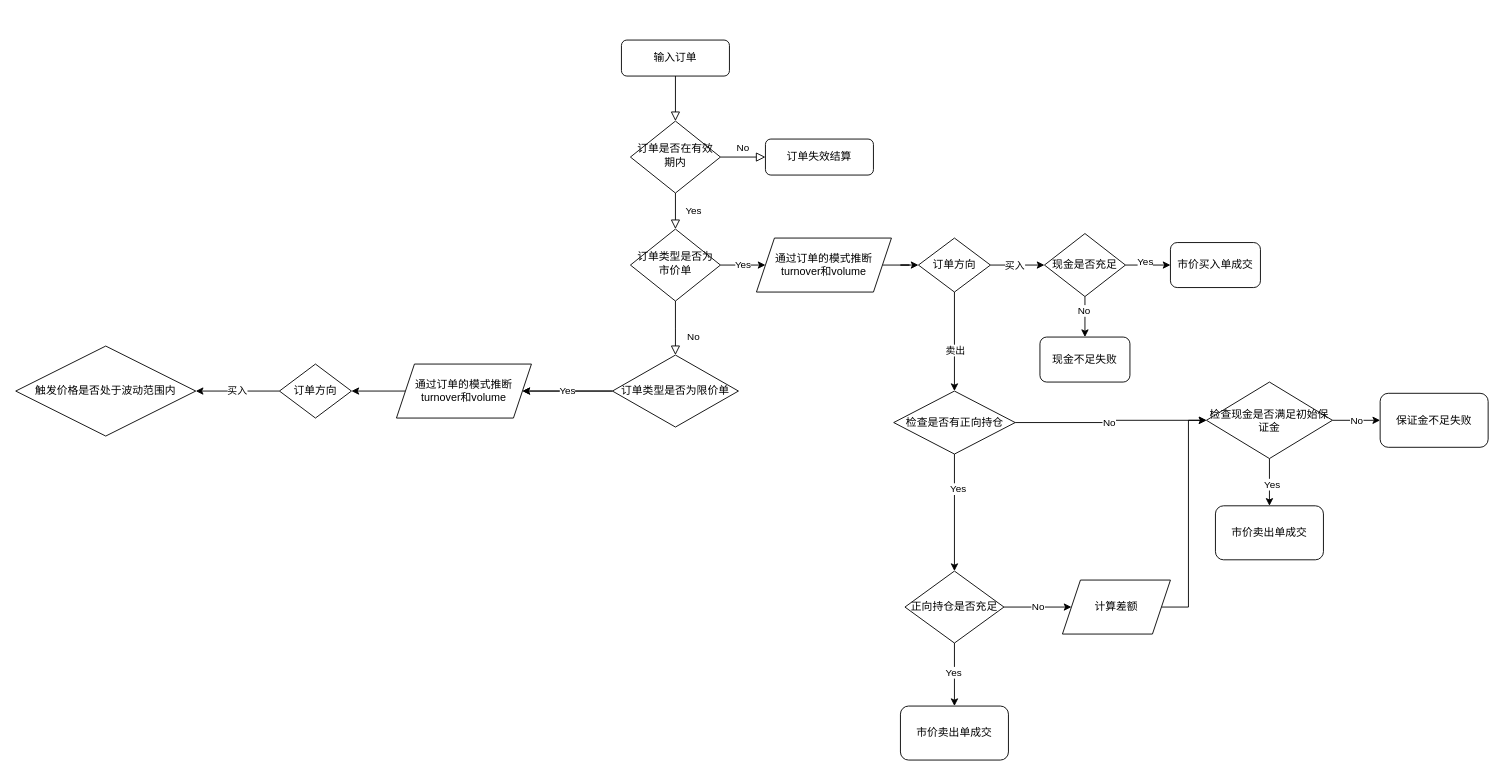
Before: Picture Resources/Untitled Diagram.drawio in WFCT-Share/Display-Device-Selection-Guidev0.8, a draw.io diagram. Source tidied: cells renumbered, new cells numbered last; positions are measured from the earlier drawing's top-left corner, leaving out a move shared by most shapes. Both pictures are drawn from the tidied source at 90%, with x=0, y=0 at pixel (15, 40).
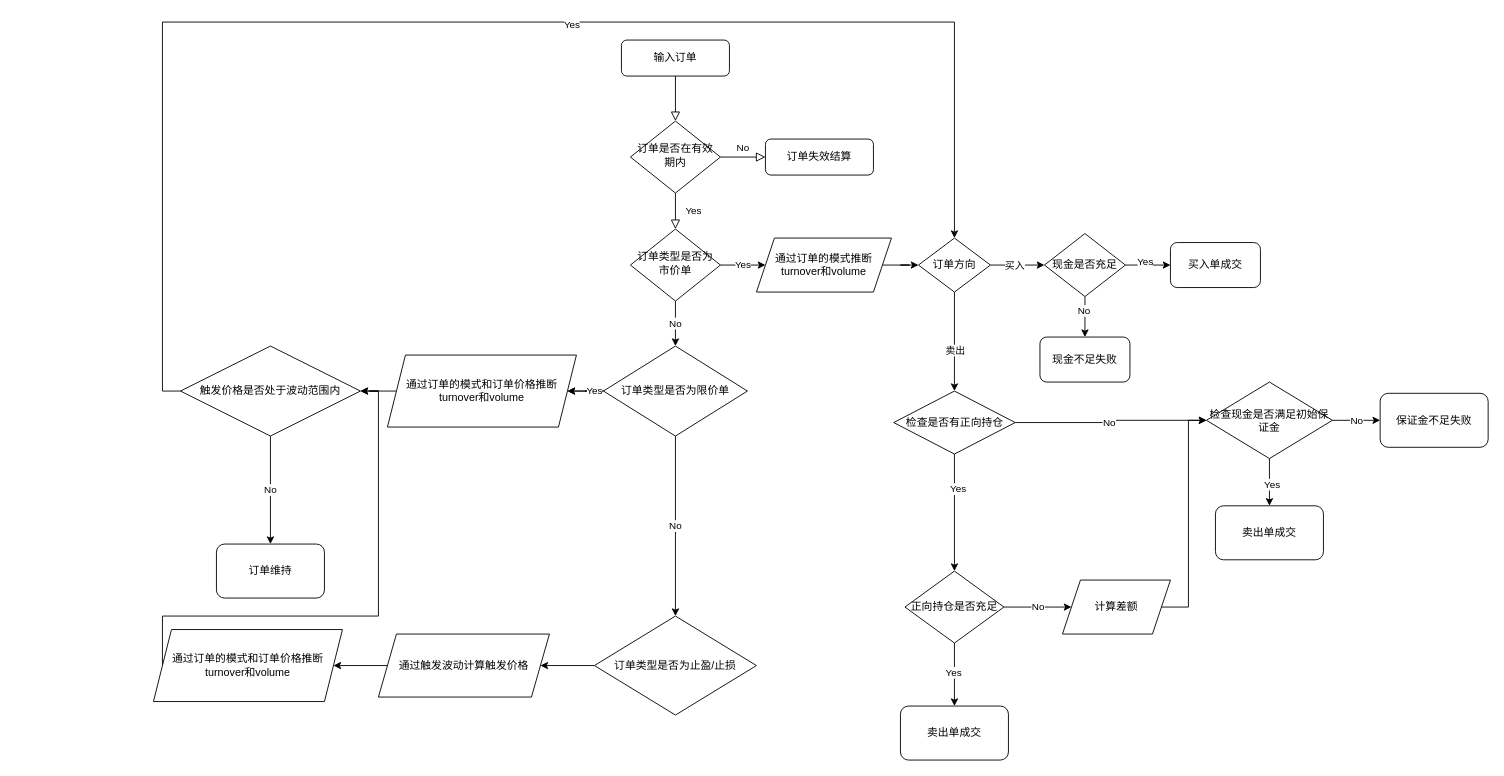
Above is the later version.

Unchanged cells that the change refers to:
```xml
<mxCell id="10" value="订单类型是否为市价单" style="rhombus;whiteSpace=wrap;html=1;shadow=0;fontFamily=Helvetica;fontSize=12;align=center;strokeWidth=1;spacing=6;spacingTop=-4;" parent="1" vertex="1">
  <mxGeometry x="683" y="210" width="100" height="80" as="geometry" />
</mxCell>
<mxCell id="17" value="订单方向" style="rhombus;whiteSpace=wrap;html=1;" parent="1" vertex="1">
  <mxGeometry x="1003" y="220" width="80" height="60" as="geometry" />
</mxCell>
```

Diff of the diagram source:
```diff
@@
-    <mxCell id="8" value="No" style="rounded=0;html=1;jettySize=auto;fontSize=11;endArrow=block;endFill=0;endSize=8;strokeWidth=1;shadow=0;labelBackgroundColor=none;edgeStyle=orthogonalEdgeStyle;" parent="1" edge="1" source="10">
-      <mxGeometry x="0.33" y="20" relative="1" as="geometry">
-        <mxPoint x="733" y="350" as="targetPoint" />
-      </mxGeometry>
-    </mxCell>
@@
+    <mxCell id="51" value="No" style="edgeStyle=orthogonalEdgeStyle;rounded=0;jettySize=auto;html=1;exitX=0.5;exitY=1;exitDx=0;exitDy=0;entryX=0.5;entryY=0;entryDx=0;entryDy=0;" parent="1" edge="1" source="10" target="45">
+      <mxGeometry relative="1" as="geometry" />
+    </mxCell>
@@
-    <mxCell id="28" value="市价买入单成交" style="rounded=1;whiteSpace=wrap;html=1;" parent="1" vertex="1">
+    <mxCell id="28" value="买入单成交" style="rounded=1;whiteSpace=wrap;html=1;" parent="1" vertex="1">
       <mxGeometry x="1283" y="225" width="100" height="50" as="geometry" />
     </mxCell>
@@
-    <mxCell id="39" value="市价卖出单成交" style="rounded=1;whiteSpace=wrap;html=1;" parent="1" vertex="1">
+    <mxCell id="39" value="卖出单成交" style="rounded=1;whiteSpace=wrap;html=1;" parent="1" vertex="1">
       <mxGeometry x="1333" y="517.5" width="120" height="60" as="geometry" />
     </mxCell>
-    <mxCell id="40" value="市价卖出单成交" style="rounded=1;whiteSpace=wrap;html=1;" parent="1" vertex="1">
+    <mxCell id="40" value="卖出单成交" style="rounded=1;whiteSpace=wrap;html=1;" parent="1" vertex="1">
       <mxGeometry x="983" y="740" width="120" height="60" as="geometry" />
     </mxCell>
@@
+    <mxCell id="52" value="No" style="edgeStyle=orthogonalEdgeStyle;rounded=0;jettySize=auto;html=1;exitX=0.5;exitY=1;exitDx=0;exitDy=0;entryX=0.5;entryY=0;entryDx=0;entryDy=0;" parent="1" edge="1" source="45" target="59">
+      <mxGeometry relative="1" as="geometry" />
+    </mxCell>
     <mxCell id="45" value="订单类型是否为限价单" style="rhombus;whiteSpace=wrap;html=1;" parent="1" vertex="1">
-      <mxGeometry x="663" y="350" width="140" height="80" as="geometry" />
+      <mxGeometry x="653" y="340" width="160" height="100" as="geometry" />
     </mxCell>
-    <mxCell id="46" style="edgeStyle=orthogonalEdgeStyle;rounded=0;jettySize=auto;html=1;exitX=0;exitY=0.5;exitDx=0;exitDy=0;entryX=1;entryY=0.5;entryDx=0;entryDy=0;" parent="1" edge="1" source="47" target="49">
-      <mxGeometry relative="1" as="geometry" />
-    </mxCell>
+    <mxCell id="53" style="edgeStyle=orthogonalEdgeStyle;rounded=0;jettySize=auto;html=1;exitX=0;exitY=0.5;exitDx=0;exitDy=0;entryX=1;entryY=0.5;entryDx=0;entryDy=0;" parent="1" edge="1" source="47" target="50">
+      <mxGeometry relative="1" as="geometry" />
+    </mxCell>
-    <mxCell id="47" value="通过订单的模式推断turnover和volume" style="shape=parallelogram;perimeter=parallelogramPerimeter;whiteSpace=wrap;html=1;fixedSize=1;" parent="1" vertex="1">
-      <mxGeometry x="423" y="360" width="150" height="60" as="geometry" />
+    <mxCell id="47" value="通过订单的模式和订单价格推断turnover和volume" style="shape=parallelogram;perimeter=parallelogramPerimeter;whiteSpace=wrap;html=1;fixedSize=1;" parent="1" vertex="1">
+      <mxGeometry x="413" y="350" width="210" height="80" as="geometry" />
     </mxCell>
-    <mxCell id="48" value="买入" style="edgeStyle=orthogonalEdgeStyle;rounded=0;jettySize=auto;html=1;exitX=0;exitY=0.5;exitDx=0;exitDy=0;entryX=1;entryY=0.5;entryDx=0;entryDy=0;" parent="1" edge="1" source="49" target="50">
-      <mxGeometry relative="1" as="geometry" />
-    </mxCell>
-    <mxCell id="49" value="订单方向" style="rhombus;whiteSpace=wrap;html=1;" parent="1" vertex="1">
-      <mxGeometry x="293" y="360" width="80" height="60" as="geometry" />
-    </mxCell>
+    <mxCell id="54" value="No" style="edgeStyle=orthogonalEdgeStyle;rounded=0;jettySize=auto;html=1;exitX=0.5;exitY=1;exitDx=0;exitDy=0;entryX=0.5;entryY=0;entryDx=0;entryDy=0;" parent="1" edge="1" source="50" target="57">
+      <mxGeometry relative="1" as="geometry" />
+    </mxCell>
+    <mxCell id="55" style="edgeStyle=orthogonalEdgeStyle;rounded=0;jettySize=auto;html=1;exitX=0;exitY=0.5;exitDx=0;exitDy=0;entryX=0.5;entryY=0;entryDx=0;entryDy=0;" parent="1" edge="1" source="50" target="17">
+      <mxGeometry relative="1" as="geometry">
+        <Array as="points">
+          <mxPoint x="163" y="390" />
+          <mxPoint x="163" y="-20" />
+          <mxPoint x="1043" y="-20" />
+        </Array>
+      </mxGeometry>
+    </mxCell>
+    <mxCell id="56" value="Yes" style="edgeLabel;html=1;align=center;verticalAlign=middle;" parent="55" vertex="1">
+      <mxGeometry x="0.14" y="-2" relative="1" as="geometry" />
+    </mxCell>
     <mxCell id="50" value="触发价格是否处于波动范围内" style="rhombus;whiteSpace=wrap;html=1;" parent="1" vertex="1">
-      <mxGeometry y="340" width="200" height="100" as="geometry" />
+      <mxGeometry x="183" y="340" width="200" height="100" as="geometry" />
     </mxCell>
+    <mxCell id="57" value="订单维持" style="rounded=1;whiteSpace=wrap;html=1;" parent="1" vertex="1">
+      <mxGeometry x="223" y="560" width="120" height="60" as="geometry" />
+    </mxCell>
+    <mxCell id="58" style="edgeStyle=orthogonalEdgeStyle;rounded=0;jettySize=auto;html=1;exitX=0;exitY=0.5;exitDx=0;exitDy=0;entryX=1;entryY=0.5;entryDx=0;entryDy=0;" parent="1" edge="1" source="59" target="61">
+      <mxGeometry relative="1" as="geometry" />
+    </mxCell>
+    <mxCell id="59" value="订单类型是否为止盈/止损" style="rhombus;whiteSpace=wrap;html=1;" parent="1" vertex="1">
+      <mxGeometry x="643" y="640" width="180" height="110" as="geometry" />
+    </mxCell>
+    <mxCell id="60" style="edgeStyle=orthogonalEdgeStyle;rounded=0;jettySize=auto;html=1;exitX=0;exitY=0.5;exitDx=0;exitDy=0;entryX=1;entryY=0.5;entryDx=0;entryDy=0;" parent="1" edge="1" source="61" target="63">
+      <mxGeometry relative="1" as="geometry" />
+    </mxCell>
+    <mxCell id="61" value="通过触发波动计算触发价格" style="shape=parallelogram;perimeter=parallelogramPerimeter;whiteSpace=wrap;html=1;fixedSize=1;" parent="1" vertex="1">
+      <mxGeometry x="403" y="660" width="190" height="70" as="geometry" />
+    </mxCell>
+    <mxCell id="62" style="edgeStyle=orthogonalEdgeStyle;rounded=0;jettySize=auto;html=1;exitX=0;exitY=0.5;exitDx=0;exitDy=0;entryX=1;entryY=0.5;entryDx=0;entryDy=0;" parent="1" edge="1" source="63" target="50">
+      <mxGeometry relative="1" as="geometry">
+        <Array as="points">
+          <mxPoint x="163" y="640" />
+          <mxPoint x="403" y="640" />
+          <mxPoint x="403" y="390" />
+        </Array>
+      </mxGeometry>
+    </mxCell>
+    <mxCell id="63" value="通过订单的模式和订单价格推断turnover和volume" style="shape=parallelogram;perimeter=parallelogramPerimeter;whiteSpace=wrap;html=1;fixedSize=1;" parent="1" vertex="1">
+      <mxGeometry x="153" y="655" width="210" height="80" as="geometry" />
+    </mxCell>
```
